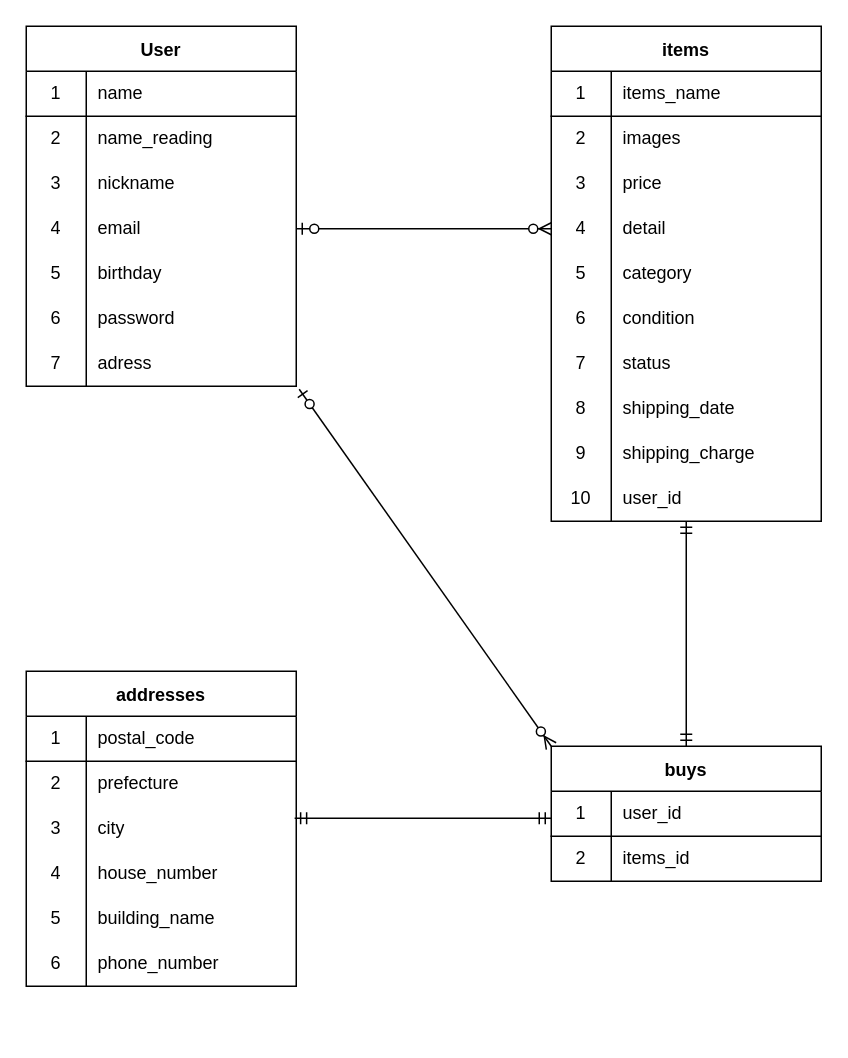
This is furima.dio from isymkz44/furima-38736, a draw.io file, before an edit. Source tidied: cells renumbered, new cells numbered last; positions are measured from the earlier drawing's top-left corner, leaving out a move shared by most shapes. Both pictures are drawn from the tidied source at 150%, with x=0, y=0 at pixel (26, 26).
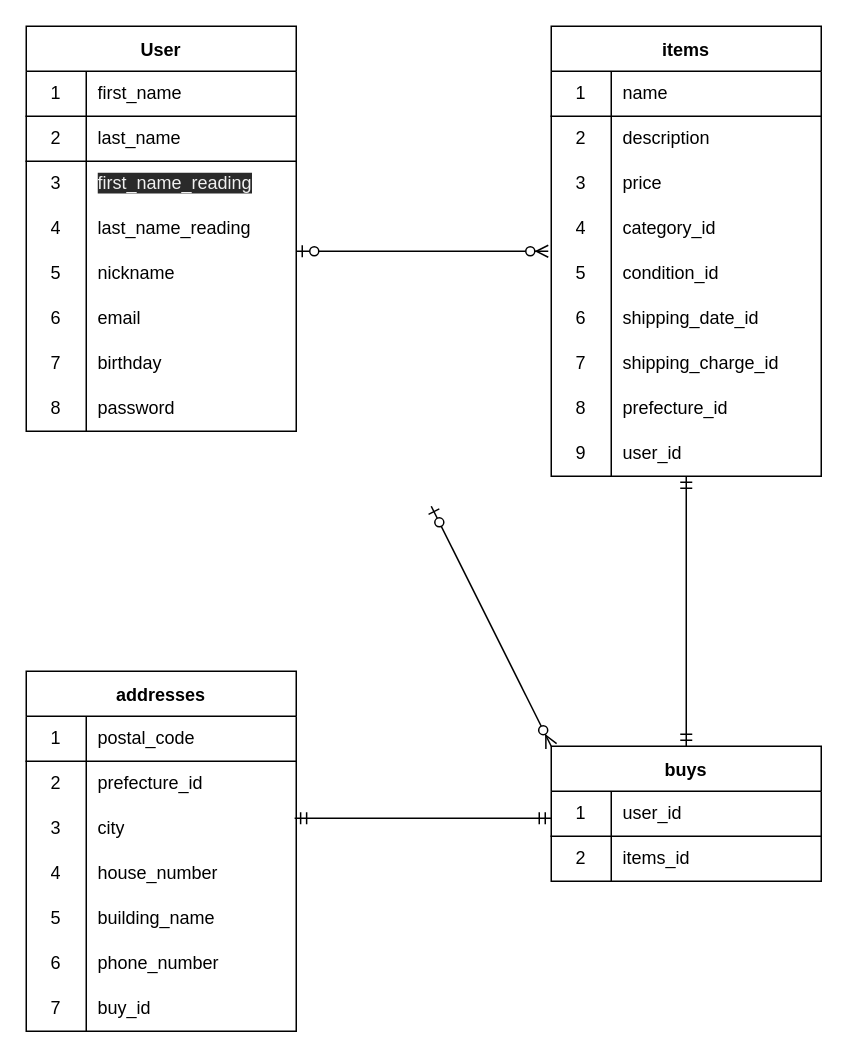
After the change.

The change refers to these unchanged cells:
```xml
<mxCell id="25" style="shape=partialRectangle;html=1;whiteSpace=wrap;fillColor=none;top=0;left=0;bottom=1;right=0;labelBackgroundColor=none;" parent="24" vertex="1">
  <mxGeometry y="30" width="180" height="30" as="geometry" />
</mxCell>
<mxCell id="55" value="buys" style="shape=table;startSize=30;childLayout=tableLayout;rowLines=0;fontStyle=1;align=center;labelBackgroundColor=none;" parent="1" vertex="1">
  <mxGeometry x="350" y="480" width="180" height="90" as="geometry" />
</mxCell>
<mxCell id="66" style="shape=partialRectangle;html=1;whiteSpace=wrap;fillColor=none;top=0;left=0;bottom=0;right=0;labelBackgroundColor=none;" parent="62" vertex="1">
  <mxGeometry y="60" width="180" height="30" as="geometry" />
</mxCell>
```

Diff of the diagram source:
```diff
@@
     <mxCell id="2" value="User" style="shape=table;startSize=30;childLayout=tableLayout;rowLines=0;fontStyle=1;align=center;labelBackgroundColor=none;" parent="1" vertex="1">
-      <mxGeometry width="180" height="240" as="geometry" />
+      <mxGeometry width="180" height="270" as="geometry" />
     </mxCell>
+    <mxCell id="85" style="shape=partialRectangle;html=1;whiteSpace=wrap;fillColor=none;top=0;left=0;bottom=1;right=0;" parent="2" vertex="1">
+      <mxGeometry y="30" width="180" height="30" as="geometry" />
+    </mxCell>
+    <mxCell id="86" value="1" style="shape=partialRectangle;html=1;whiteSpace=wrap;fillColor=none;top=0;left=0;bottom=0;right=0;overflow=hidden;" parent="85" vertex="1">
+      <mxGeometry width="40" height="30" as="geometry" />
+    </mxCell>
+    <mxCell id="87" value="first_name" style="shape=partialRectangle;html=1;whiteSpace=wrap;fillColor=none;top=0;left=0;bottom=0;right=0;align=left;spacingLeft=6;overflow=hidden;" parent="85" vertex="1">
+      <mxGeometry x="40" width="140" height="30" as="geometry" />
+    </mxCell>
     <mxCell id="3" style="shape=partialRectangle;html=1;whiteSpace=wrap;fillColor=none;top=0;left=0;bottom=1;right=0;" parent="2" vertex="1">
-      <mxGeometry y="30" width="180" height="30" as="geometry" />
+      <mxGeometry y="60" width="180" height="30" as="geometry" />
     </mxCell>
-    <mxCell id="4" value="1" style="shape=partialRectangle;html=1;whiteSpace=wrap;fillColor=none;top=0;left=0;bottom=0;right=0;overflow=hidden;" parent="3" vertex="1">
+    <mxCell id="4" value="2" style="shape=partialRectangle;html=1;whiteSpace=wrap;fillColor=none;top=0;left=0;bottom=0;right=0;overflow=hidden;" parent="3" vertex="1">
       <mxGeometry width="40" height="30" as="geometry" />
     </mxCell>
-    <mxCell id="5" value="name" style="shape=partialRectangle;html=1;whiteSpace=wrap;fillColor=none;top=0;left=0;bottom=0;right=0;align=left;spacingLeft=6;overflow=hidden;" parent="3" vertex="1">
+    <mxCell id="5" value="last_name" style="shape=partialRectangle;html=1;whiteSpace=wrap;fillColor=none;top=0;left=0;bottom=0;right=0;align=left;spacingLeft=6;overflow=hidden;shadow=1;" parent="3" vertex="1">
       <mxGeometry x="40" width="140" height="30" as="geometry" />
     </mxCell>
+    <mxCell id="88" style="shape=partialRectangle;html=1;whiteSpace=wrap;fillColor=none;top=0;left=0;bottom=0;right=0;" parent="2" vertex="1">
+      <mxGeometry y="90" width="180" height="30" as="geometry" />
+    </mxCell>
+    <mxCell id="89" value="3" style="shape=partialRectangle;html=1;whiteSpace=wrap;fillColor=none;top=0;left=0;bottom=0;right=0;overflow=hidden;" parent="88" vertex="1">
+      <mxGeometry width="40" height="30" as="geometry" />
+    </mxCell>
+    <mxCell id="90" value="&lt;span style=&quot;color: rgb(240 , 240 , 240) ; font-family: &amp;#34;helvetica&amp;#34; ; font-size: 12px ; font-style: normal ; font-weight: 400 ; letter-spacing: normal ; text-align: left ; text-indent: 0px ; text-transform: none ; word-spacing: 0px ; background-color: rgb(42 , 42 , 42) ; display: inline ; float: none&quot;&gt;first_name_reading&lt;/span&gt;" style="shape=partialRectangle;html=1;whiteSpace=wrap;fillColor=none;top=0;left=0;bottom=0;right=0;align=left;spacingLeft=6;overflow=hidden;" parent="88" vertex="1">
+      <mxGeometry x="40" width="140" height="30" as="geometry" />
+    </mxCell>
     <mxCell id="6" style="shape=partialRectangle;html=1;whiteSpace=wrap;fillColor=none;top=0;left=0;bottom=0;right=0;" parent="2" vertex="1">
-      <mxGeometry y="60" width="180" height="30" as="geometry" />
+      <mxGeometry y="120" width="180" height="30" as="geometry" />
     </mxCell>
-    <mxCell id="7" value="2" style="shape=partialRectangle;html=1;whiteSpace=wrap;fillColor=none;top=0;left=0;bottom=0;right=0;overflow=hidden;" parent="6" vertex="1">
+    <mxCell id="7" value="4" style="shape=partialRectangle;html=1;whiteSpace=wrap;fillColor=none;top=0;left=0;bottom=0;right=0;overflow=hidden;" parent="6" vertex="1">
       <mxGeometry width="40" height="30" as="geometry" />
     </mxCell>
-    <mxCell id="8" value="name_reading" style="shape=partialRectangle;html=1;whiteSpace=wrap;fillColor=none;top=0;left=0;bottom=0;right=0;align=left;spacingLeft=6;overflow=hidden;" parent="6" vertex="1">
+    <mxCell id="8" value="last_name_reading" style="shape=partialRectangle;html=1;whiteSpace=wrap;fillColor=none;top=0;left=0;bottom=0;right=0;align=left;spacingLeft=6;overflow=hidden;" parent="6" vertex="1">
       <mxGeometry x="40" width="140" height="30" as="geometry" />
     </mxCell>
     <mxCell id="9" style="shape=partialRectangle;html=1;whiteSpace=wrap;fillColor=none;top=0;left=0;bottom=0;right=0;" parent="2" vertex="1">
-      <mxGeometry y="90" width="180" height="30" as="geometry" />
+      <mxGeometry y="150" width="180" height="30" as="geometry" />
     </mxCell>
-    <mxCell id="10" value="3" style="shape=partialRectangle;html=1;whiteSpace=wrap;fillColor=none;top=0;left=0;bottom=0;right=0;overflow=hidden;" parent="9" vertex="1">
+    <mxCell id="10" value="5" style="shape=partialRectangle;html=1;whiteSpace=wrap;fillColor=none;top=0;left=0;bottom=0;right=0;overflow=hidden;" parent="9" vertex="1">
       <mxGeometry width="40" height="30" as="geometry" />
     </mxCell>
@@
     <mxCell id="12" style="shape=partialRectangle;html=1;whiteSpace=wrap;fillColor=none;top=0;left=0;bottom=0;right=0;points=[[0,0.5],[1,0.5]];portConstraint=eastwest;" parent="2" vertex="1">
-      <mxGeometry y="120" width="180" height="30" as="geometry" />
+      <mxGeometry y="180" width="180" height="30" as="geometry" />
     </mxCell>
-    <mxCell id="13" value="4" style="shape=partialRectangle;html=1;whiteSpace=wrap;fillColor=none;top=0;left=0;bottom=0;right=0;overflow=hidden;" parent="12" vertex="1">
+    <mxCell id="13" value="6" style="shape=partialRectangle;html=1;whiteSpace=wrap;fillColor=none;top=0;left=0;bottom=0;right=0;overflow=hidden;" parent="12" vertex="1">
       <mxGeometry width="40" height="30" as="geometry" />
     </mxCell>
@@
     <mxCell id="15" style="shape=partialRectangle;html=1;whiteSpace=wrap;fillColor=none;top=0;left=0;bottom=0;right=0;" parent="2" vertex="1">
-      <mxGeometry y="150" width="180" height="30" as="geometry" />
+      <mxGeometry y="210" width="180" height="30" as="geometry" />
     </mxCell>
-    <mxCell id="16" value="5" style="shape=partialRectangle;html=1;whiteSpace=wrap;fillColor=none;top=0;left=0;bottom=0;right=0;overflow=hidden;" parent="15" vertex="1">
+    <mxCell id="16" value="7" style="shape=partialRectangle;html=1;whiteSpace=wrap;fillColor=none;top=0;left=0;bottom=0;right=0;overflow=hidden;" parent="15" vertex="1">
       <mxGeometry width="40" height="30" as="geometry" />
     </mxCell>
@@
     <mxCell id="18" style="shape=partialRectangle;html=1;whiteSpace=wrap;fillColor=none;top=0;left=0;bottom=0;right=0;" parent="2" vertex="1">
-      <mxGeometry y="180" width="180" height="30" as="geometry" />
+      <mxGeometry y="240" width="180" height="30" as="geometry" />
     </mxCell>
-    <mxCell id="19" value="6" style="shape=partialRectangle;html=1;whiteSpace=wrap;fillColor=none;top=0;left=0;bottom=0;right=0;overflow=hidden;" parent="18" vertex="1">
+    <mxCell id="19" value="8" style="shape=partialRectangle;html=1;whiteSpace=wrap;fillColor=none;top=0;left=0;bottom=0;right=0;overflow=hidden;" parent="18" vertex="1">
       <mxGeometry width="40" height="30" as="geometry" />
     </mxCell>
@@
-    <mxCell id="21" style="shape=partialRectangle;html=1;whiteSpace=wrap;fillColor=none;top=0;left=0;bottom=0;right=0;points=[[0,0.5],[1,0.5]];portConstraint=eastwest;" parent="2" vertex="1">
-      <mxGeometry y="210" width="180" height="30" as="geometry" />
-    </mxCell>
-    <mxCell id="22" value="7" style="shape=partialRectangle;html=1;whiteSpace=wrap;fillColor=none;top=0;left=0;bottom=0;right=0;overflow=hidden;" parent="21" vertex="1">
-      <mxGeometry width="40" height="30" as="geometry" />
-    </mxCell>
-    <mxCell id="23" value="adress" style="shape=partialRectangle;html=1;whiteSpace=wrap;fillColor=none;top=0;left=0;bottom=0;right=0;align=left;spacingLeft=6;overflow=hidden;" parent="21" vertex="1">
-      <mxGeometry x="40" width="140" height="30" as="geometry" />
-    </mxCell>
     <mxCell id="24" value="items" style="shape=table;startSize=30;childLayout=tableLayout;rowLines=0;fontStyle=1;align=center;labelBackgroundColor=none;" parent="1" vertex="1">
-      <mxGeometry x="350" width="180" height="330" as="geometry" />
+      <mxGeometry x="350" width="180" height="300" as="geometry" />
     </mxCell>
@@
-    <mxCell id="27" value="items_name" style="shape=partialRectangle;html=1;whiteSpace=wrap;fillColor=none;top=0;left=0;bottom=0;right=0;align=left;spacingLeft=6;overflow=hidden;labelBackgroundColor=none;" parent="25" vertex="1">
+    <mxCell id="27" value="name" style="shape=partialRectangle;html=1;whiteSpace=wrap;fillColor=none;top=0;left=0;bottom=0;right=0;align=left;spacingLeft=6;overflow=hidden;labelBackgroundColor=none;" parent="25" vertex="1">
       <mxGeometry x="40" width="140" height="30" as="geometry" />
     </mxCell>
-    <mxCell id="28" style="shape=partialRectangle;html=1;whiteSpace=wrap;fillColor=none;top=0;left=0;bottom=0;right=0;labelBackgroundColor=none;" parent="24" vertex="1">
-      <mxGeometry y="60" width="180" height="30" as="geometry" />
-    </mxCell>
-    <mxCell id="29" value="2" style="shape=partialRectangle;html=1;whiteSpace=wrap;fillColor=none;top=0;left=0;bottom=0;right=0;overflow=hidden;labelBackgroundColor=none;" parent="28" vertex="1">
-      <mxGeometry width="40" height="30" as="geometry" />
-    </mxCell>
-    <mxCell id="30" value="images" style="shape=partialRectangle;html=1;whiteSpace=wrap;fillColor=none;top=0;left=0;bottom=0;right=0;align=left;spacingLeft=6;overflow=hidden;labelBackgroundColor=none;" parent="28" vertex="1">
-      <mxGeometry x="40" width="140" height="30" as="geometry" />
-    </mxCell>
+    <mxCell id="34" style="shape=partialRectangle;html=1;whiteSpace=wrap;fillColor=none;top=0;left=0;bottom=0;right=0;points=[[0,0.5],[1,0.5]];portConstraint=eastwest;labelBackgroundColor=none;" parent="24" vertex="1">
+      <mxGeometry y="60" width="180" height="30" as="geometry" />
+    </mxCell>
+    <mxCell id="35" value="2" style="shape=partialRectangle;html=1;whiteSpace=wrap;fillColor=none;top=0;left=0;bottom=0;right=0;overflow=hidden;labelBackgroundColor=none;" parent="34" vertex="1">
+      <mxGeometry width="40" height="30" as="geometry" />
+    </mxCell>
+    <mxCell id="36" value="description" style="shape=partialRectangle;html=1;whiteSpace=wrap;fillColor=none;top=0;left=0;bottom=0;right=0;align=left;spacingLeft=6;overflow=hidden;labelBackgroundColor=none;" parent="34" vertex="1">
+      <mxGeometry x="40" width="140" height="30" as="geometry" />
+    </mxCell>
@@
-    <mxCell id="34" style="shape=partialRectangle;html=1;whiteSpace=wrap;fillColor=none;top=0;left=0;bottom=0;right=0;points=[[0,0.5],[1,0.5]];portConstraint=eastwest;labelBackgroundColor=none;" parent="24" vertex="1">
-      <mxGeometry y="120" width="180" height="30" as="geometry" />
-    </mxCell>
-    <mxCell id="35" value="4" style="shape=partialRectangle;html=1;whiteSpace=wrap;fillColor=none;top=0;left=0;bottom=0;right=0;overflow=hidden;labelBackgroundColor=none;" parent="34" vertex="1">
-      <mxGeometry width="40" height="30" as="geometry" />
-    </mxCell>
-    <mxCell id="36" value="detail" style="shape=partialRectangle;html=1;whiteSpace=wrap;fillColor=none;top=0;left=0;bottom=0;right=0;align=left;spacingLeft=6;overflow=hidden;labelBackgroundColor=none;" parent="34" vertex="1">
-      <mxGeometry x="40" width="140" height="30" as="geometry" />
-    </mxCell>
     <mxCell id="37" style="shape=partialRectangle;html=1;whiteSpace=wrap;fillColor=none;top=0;left=0;bottom=0;right=0;labelBackgroundColor=none;" parent="24" vertex="1">
-      <mxGeometry y="150" width="180" height="30" as="geometry" />
+      <mxGeometry y="120" width="180" height="30" as="geometry" />
     </mxCell>
-    <mxCell id="38" value="5" style="shape=partialRectangle;html=1;whiteSpace=wrap;fillColor=none;top=0;left=0;bottom=0;right=0;overflow=hidden;labelBackgroundColor=none;" parent="37" vertex="1">
+    <mxCell id="38" value="4" style="shape=partialRectangle;html=1;whiteSpace=wrap;fillColor=none;top=0;left=0;bottom=0;right=0;overflow=hidden;labelBackgroundColor=none;" parent="37" vertex="1">
       <mxGeometry width="40" height="30" as="geometry" />
     </mxCell>
-    <mxCell id="39" value="category" style="shape=partialRectangle;html=1;whiteSpace=wrap;fillColor=none;top=0;left=0;bottom=0;right=0;align=left;spacingLeft=6;overflow=hidden;labelBackgroundColor=none;" parent="37" vertex="1">
+    <mxCell id="39" value="category_id" style="shape=partialRectangle;html=1;whiteSpace=wrap;fillColor=none;top=0;left=0;bottom=0;right=0;align=left;spacingLeft=6;overflow=hidden;labelBackgroundColor=none;" parent="37" vertex="1">
       <mxGeometry x="40" width="140" height="30" as="geometry" />
     </mxCell>
     <mxCell id="40" style="shape=partialRectangle;html=1;whiteSpace=wrap;fillColor=none;top=0;left=0;bottom=0;right=0;points=[[0,0.5],[1,0.5]];portConstraint=eastwest;labelBackgroundColor=none;" parent="24" vertex="1">
-      <mxGeometry y="180" width="180" height="30" as="geometry" />
+      <mxGeometry y="150" width="180" height="30" as="geometry" />
     </mxCell>
-    <mxCell id="41" value="6" style="shape=partialRectangle;html=1;whiteSpace=wrap;fillColor=none;top=0;left=0;bottom=0;right=0;overflow=hidden;labelBackgroundColor=none;" parent="40" vertex="1">
+    <mxCell id="41" value="5" style="shape=partialRectangle;html=1;whiteSpace=wrap;fillColor=none;top=0;left=0;bottom=0;right=0;overflow=hidden;labelBackgroundColor=none;" parent="40" vertex="1">
       <mxGeometry width="40" height="30" as="geometry" />
     </mxCell>
-    <mxCell id="42" value="condition" style="shape=partialRectangle;html=1;whiteSpace=wrap;fillColor=none;top=0;left=0;bottom=0;right=0;align=left;spacingLeft=6;overflow=hidden;labelBackgroundColor=none;" parent="40" vertex="1">
+    <mxCell id="42" value="condition_id" style="shape=partialRectangle;html=1;whiteSpace=wrap;fillColor=none;top=0;left=0;bottom=0;right=0;align=left;spacingLeft=6;overflow=hidden;labelBackgroundColor=none;" parent="40" vertex="1">
       <mxGeometry x="40" width="140" height="30" as="geometry" />
     </mxCell>
-    <mxCell id="43" style="shape=partialRectangle;html=1;whiteSpace=wrap;fillColor=none;top=0;left=0;bottom=0;right=0;labelBackgroundColor=none;" parent="24" vertex="1">
-      <mxGeometry y="210" width="180" height="30" as="geometry" />
-    </mxCell>
-    <mxCell id="44" value="7" style="shape=partialRectangle;html=1;whiteSpace=wrap;fillColor=none;top=0;left=0;bottom=0;right=0;overflow=hidden;labelBackgroundColor=none;" parent="43" vertex="1">
-      <mxGeometry width="40" height="30" as="geometry" />
-    </mxCell>
-    <mxCell id="45" value="status" style="shape=partialRectangle;html=1;whiteSpace=wrap;fillColor=none;top=0;left=0;bottom=0;right=0;align=left;spacingLeft=6;overflow=hidden;labelBackgroundColor=none;" parent="43" vertex="1">
-      <mxGeometry x="40" width="140" height="30" as="geometry" />
-    </mxCell>
     <mxCell id="46" style="shape=partialRectangle;html=1;whiteSpace=wrap;fillColor=none;top=0;left=0;bottom=0;right=0;labelBackgroundColor=none;" parent="24" vertex="1">
-      <mxGeometry y="240" width="180" height="30" as="geometry" />
+      <mxGeometry y="180" width="180" height="30" as="geometry" />
     </mxCell>
-    <mxCell id="47" value="8" style="shape=partialRectangle;html=1;whiteSpace=wrap;fillColor=none;top=0;left=0;bottom=0;right=0;overflow=hidden;labelBackgroundColor=none;" parent="46" vertex="1">
+    <mxCell id="47" value="6" style="shape=partialRectangle;html=1;whiteSpace=wrap;fillColor=none;top=0;left=0;bottom=0;right=0;overflow=hidden;labelBackgroundColor=none;" parent="46" vertex="1">
       <mxGeometry width="40" height="30" as="geometry" />
     </mxCell>
-    <mxCell id="48" value="shipping_date" style="shape=partialRectangle;html=1;whiteSpace=wrap;fillColor=none;top=0;left=0;bottom=0;right=0;align=left;spacingLeft=6;overflow=hidden;labelBackgroundColor=none;" parent="46" vertex="1">
+    <mxCell id="48" value="shipping_date_id" style="shape=partialRectangle;html=1;whiteSpace=wrap;fillColor=none;top=0;left=0;bottom=0;right=0;align=left;spacingLeft=6;overflow=hidden;labelBackgroundColor=none;" parent="46" vertex="1">
       <mxGeometry x="40" width="140" height="30" as="geometry" />
     </mxCell>
     <mxCell id="49" style="shape=partialRectangle;html=1;whiteSpace=wrap;fillColor=none;top=0;left=0;bottom=0;right=0;labelBackgroundColor=none;" parent="24" vertex="1">
-      <mxGeometry y="270" width="180" height="30" as="geometry" />
+      <mxGeometry y="210" width="180" height="30" as="geometry" />
     </mxCell>
-    <mxCell id="50" value="9" style="shape=partialRectangle;html=1;whiteSpace=wrap;fillColor=none;top=0;left=0;bottom=0;right=0;overflow=hidden;labelBackgroundColor=none;" parent="49" vertex="1">
+    <mxCell id="50" value="7" style="shape=partialRectangle;html=1;whiteSpace=wrap;fillColor=none;top=0;left=0;bottom=0;right=0;overflow=hidden;labelBackgroundColor=none;" parent="49" vertex="1">
       <mxGeometry width="40" height="30" as="geometry" />
     </mxCell>
-    <mxCell id="51" value="shipping_charge" style="shape=partialRectangle;html=1;whiteSpace=wrap;fillColor=none;top=0;left=0;bottom=0;right=0;align=left;spacingLeft=6;overflow=hidden;labelBackgroundColor=none;" parent="49" vertex="1">
+    <mxCell id="51" value="shipping_charge_id" style="shape=partialRectangle;html=1;whiteSpace=wrap;fillColor=none;top=0;left=0;bottom=0;right=0;align=left;spacingLeft=6;overflow=hidden;labelBackgroundColor=none;" parent="49" vertex="1">
       <mxGeometry x="40" width="140" height="30" as="geometry" />
     </mxCell>
+    <mxCell id="43" style="shape=partialRectangle;html=1;whiteSpace=wrap;fillColor=none;top=0;left=0;bottom=0;right=0;labelBackgroundColor=none;" parent="24" vertex="1">
+      <mxGeometry y="240" width="180" height="30" as="geometry" />
+    </mxCell>
+    <mxCell id="44" value="8" style="shape=partialRectangle;html=1;whiteSpace=wrap;fillColor=none;top=0;left=0;bottom=0;right=0;overflow=hidden;labelBackgroundColor=none;" parent="43" vertex="1">
+      <mxGeometry width="40" height="30" as="geometry" />
+    </mxCell>
+    <mxCell id="45" value="prefecture_id" style="shape=partialRectangle;html=1;whiteSpace=wrap;fillColor=none;top=0;left=0;bottom=0;right=0;align=left;spacingLeft=6;overflow=hidden;labelBackgroundColor=none;" parent="43" vertex="1">
+      <mxGeometry x="40" width="140" height="30" as="geometry" />
+    </mxCell>
     <mxCell id="52" style="shape=partialRectangle;html=1;whiteSpace=wrap;fillColor=none;top=0;left=0;bottom=0;right=0;labelBackgroundColor=none;" parent="24" vertex="1">
-      <mxGeometry y="300" width="180" height="30" as="geometry" />
+      <mxGeometry y="270" width="180" height="30" as="geometry" />
     </mxCell>
-    <mxCell id="53" value="10" style="shape=partialRectangle;html=1;whiteSpace=wrap;fillColor=none;top=0;left=0;bottom=0;right=0;overflow=hidden;labelBackgroundColor=none;" parent="52" vertex="1">
+    <mxCell id="53" value="9" style="shape=partialRectangle;html=1;whiteSpace=wrap;fillColor=none;top=0;left=0;bottom=0;right=0;overflow=hidden;labelBackgroundColor=none;" parent="52" vertex="1">
       <mxGeometry width="40" height="30" as="geometry" />
     </mxCell>
@@
     <mxCell id="62" value="addresses" style="shape=table;startSize=30;childLayout=tableLayout;rowLines=0;fontStyle=1;align=center;labelBackgroundColor=none;" parent="1" vertex="1">
-      <mxGeometry y="430" width="180" height="210" as="geometry" />
+      <mxGeometry y="430" width="180" height="240" as="geometry" />
     </mxCell>
@@
-    <mxCell id="68" value="prefecture" style="shape=partialRectangle;html=1;whiteSpace=wrap;fillColor=none;top=0;left=0;bottom=0;right=0;align=left;spacingLeft=6;overflow=hidden;labelBackgroundColor=none;" parent="66" vertex="1">
+    <mxCell id="68" value="prefecture_id" style="shape=partialRectangle;html=1;whiteSpace=wrap;fillColor=none;top=0;left=0;bottom=0;right=0;align=left;spacingLeft=6;overflow=hidden;labelBackgroundColor=none;" parent="66" vertex="1">
       <mxGeometry x="40" width="140" height="30" as="geometry" />
     </mxCell>
@@
+    <mxCell id="91" style="shape=partialRectangle;html=1;whiteSpace=wrap;fillColor=none;top=0;left=0;bottom=0;right=0;labelBackgroundColor=none;" parent="62" vertex="1">
+      <mxGeometry y="210" width="180" height="30" as="geometry" />
+    </mxCell>
+    <mxCell id="22" value="7" style="shape=partialRectangle;html=1;whiteSpace=wrap;fillColor=none;top=0;left=0;bottom=0;right=0;overflow=hidden;labelBackgroundColor=none;" parent="91" vertex="1">
+      <mxGeometry width="40" height="30" as="geometry" />
+    </mxCell>
+    <mxCell id="92" value="buy_id" style="shape=partialRectangle;html=1;whiteSpace=wrap;fillColor=none;top=0;left=0;bottom=0;right=0;align=left;spacingLeft=6;overflow=hidden;labelBackgroundColor=none;" parent="91" vertex="1">
+      <mxGeometry x="40" width="140" height="30" as="geometry" />
+    </mxCell>
-    <mxCell id="81" style="fontSize=12;html=1;endArrow=ERzeroToMany;startArrow=ERzeroToOne;exitX=1.011;exitY=1.067;exitDx=0;exitDy=0;exitPerimeter=0;entryX=0;entryY=0;entryDx=0;entryDy=0;" parent="1" edge="1" source="21" target="55">
-      <mxGeometry relative="1" as="geometry" />
+    <mxCell id="81" style="fontSize=12;html=1;endArrow=ERzeroToMany;startArrow=ERzeroToOne;exitX=1.011;exitY=1.067;exitDx=0;exitDy=0;exitPerimeter=0;entryX=0;entryY=0;entryDx=0;entryDy=0;" parent="1" edge="1" target="55">
+      <mxGeometry relative="1" as="geometry">
+        <mxPoint x="270" y="320" as="sourcePoint" />
+      </mxGeometry>
     </mxCell>
-    <mxCell id="82" style="fontSize=12;html=1;endArrow=ERzeroToMany;startArrow=ERzeroToOne;exitX=1;exitY=0.5;exitDx=0;exitDy=0;entryX=0;entryY=0.5;entryDx=0;entryDy=0;" parent="1" edge="1" source="12" target="34">
-      <mxGeometry relative="1" as="geometry" />
+    <mxCell id="82" style="fontSize=12;html=1;endArrow=ERzeroToMany;startArrow=ERzeroToOne;entryX=-0.011;entryY=0;entryDx=0;entryDy=0;entryPerimeter=0;" parent="1" edge="1" target="40">
+      <mxGeometry relative="1" as="geometry">
+        <mxPoint x="180" y="150" as="sourcePoint" />
+      </mxGeometry>
     </mxCell>
     <mxCell id="83" style="fontSize=12;html=1;endArrow=ERmandOne;startArrow=ERmandOne;exitX=0.5;exitY=0;exitDx=0;exitDy=0;" parent="1" edge="1" source="55">
       <mxGeometry relative="1" as="geometry">
-        <mxPoint x="440" y="330" as="targetPoint" />
+        <mxPoint x="440" y="300" as="targetPoint" />
       </mxGeometry>
     </mxCell>
```
